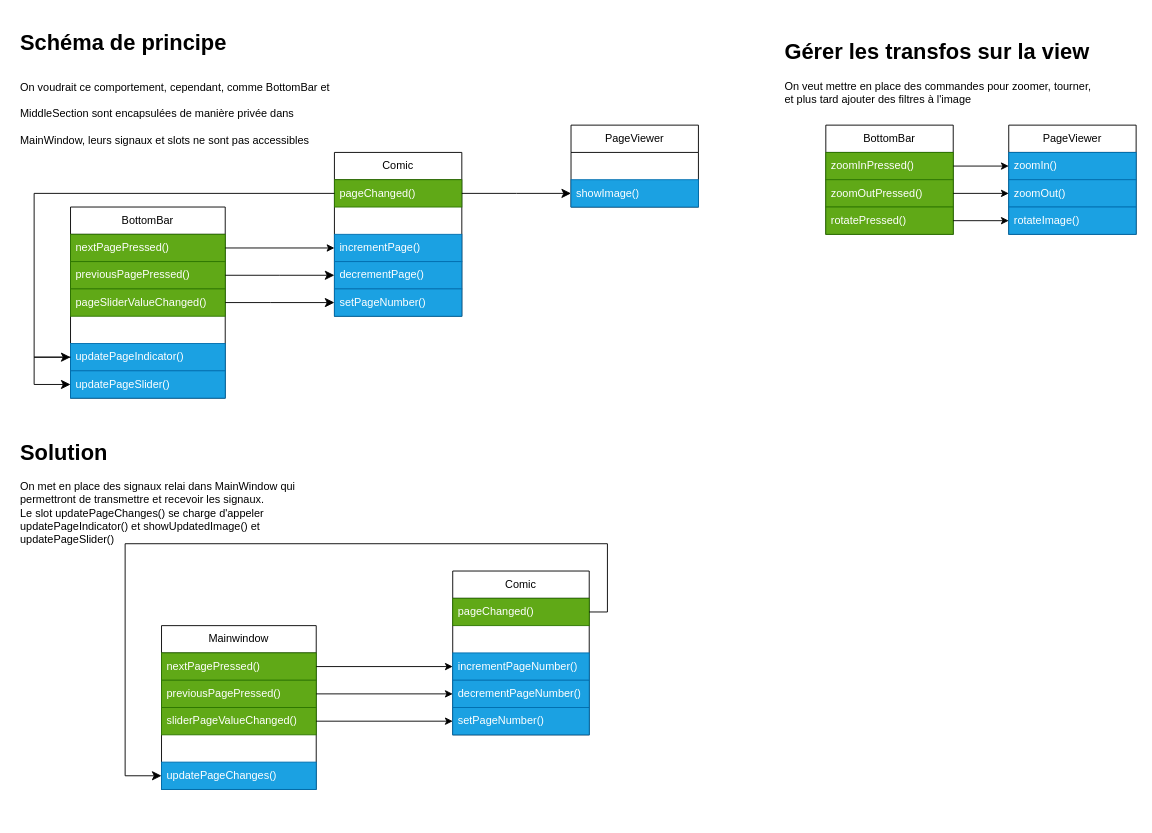
nathanchandanson/Comic_book_reader keeps this draw.io diagram as doc/design/signalsSlots_classes.drawio. Above is the earlier version. Source tidied: cells renumbered, new cells numbered last; positions are measured from the earlier drawing's top-left corner, leaving out a move shared by most shapes. Both pictures are drawn from the tidied source at 91%, with x=0, y=0 at pixel (15, 25).
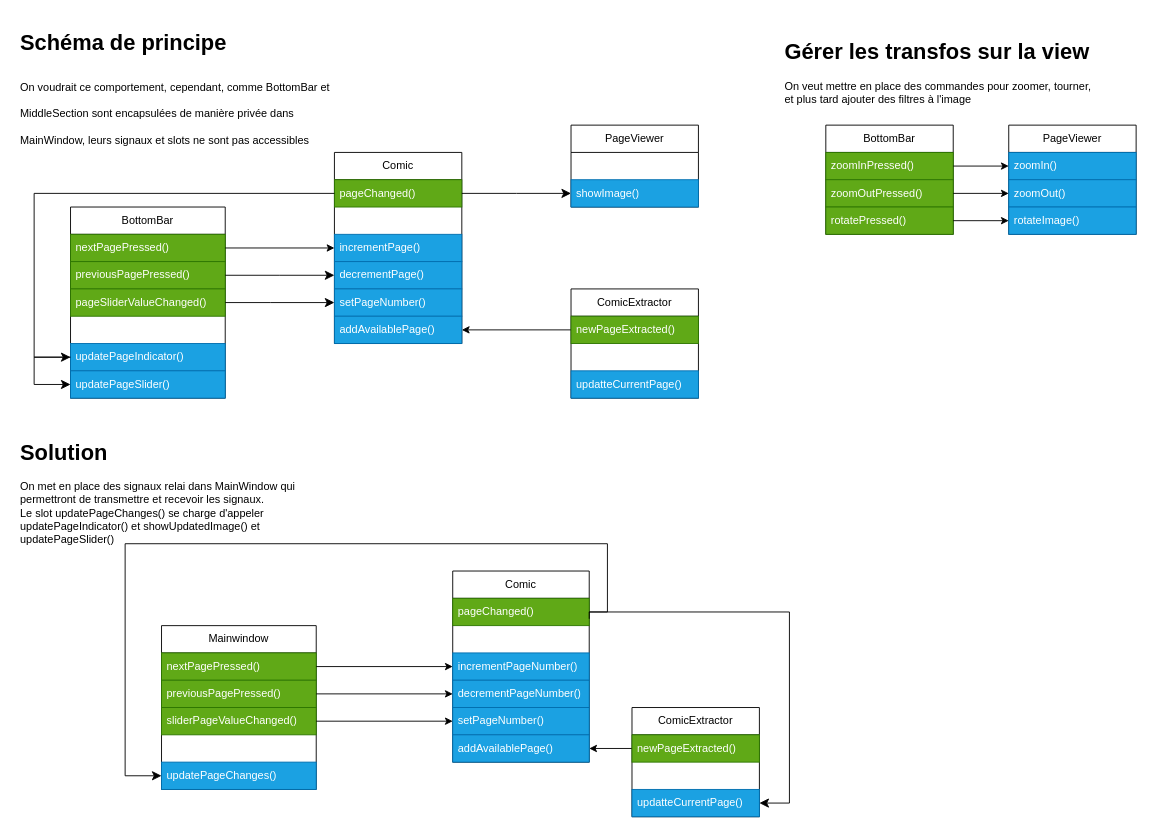
The same diagram, later.

The change refers to these unchanged cells:
```xml
<mxCell id="12" value="showImage()" style="text;strokeColor=#006EAF;fillColor=#1ba1e2;align=left;verticalAlign=middle;spacingLeft=4;spacingRight=4;overflow=hidden;points=[[0,0.5],[1,0.5]];portConstraint=eastwest;whiteSpace=wrap;html=1;fontColor=#ffffff;" parent="10" vertex="1">
  <mxGeometry y="60" width="140" height="30" as="geometry" />
</mxCell>
<mxCell id="14" value="pageChanged()" style="text;strokeColor=#2D7600;fillColor=#60a917;align=left;verticalAlign=middle;spacingLeft=4;spacingRight=4;overflow=hidden;points=[[0,0.5],[1,0.5]];portConstraint=eastwest;whiteSpace=wrap;html=1;fontColor=#ffffff;" parent="13" vertex="1">
  <mxGeometry y="30" width="140" height="30" as="geometry" />
</mxCell>
<mxCell id="30" value="pageChanged()" style="text;strokeColor=#2D7600;fillColor=#60a917;align=left;verticalAlign=middle;spacingLeft=4;spacingRight=4;overflow=hidden;points=[[0,0.5],[1,0.5]];portConstraint=eastwest;whiteSpace=wrap;html=1;fontColor=#ffffff;" parent="29" vertex="1">
  <mxGeometry y="30" width="150" height="30" as="geometry" />
</mxCell>
```

Change to the diagram source:
```diff
@@
     <mxCell id="13" value="Comic" style="swimlane;fontStyle=0;horizontal=1;startSize=30;whiteSpace=wrap;html=1;" parent="1" vertex="1">
-      <mxGeometry x="350" y="140" width="140" height="180" as="geometry" />
+      <mxGeometry x="350" y="140" width="140" height="210" as="geometry" />
     </mxCell>
@@
+    <mxCell id="54" value="addAvailablePage()" style="text;strokeColor=#006EAF;fillColor=#1ba1e2;align=left;verticalAlign=middle;spacingLeft=4;spacingRight=4;overflow=hidden;points=[[0,0.5],[1,0.5]];portConstraint=eastwest;whiteSpace=wrap;html=1;fontColor=#ffffff;" parent="13" vertex="1">
+      <mxGeometry y="180" width="140" height="30" as="geometry" />
+    </mxCell>
-    <mxCell id="19" style="edgeStyle=elbowEdgeStyle;elbow=horizontal;endArrow=classic;html=1;curved=0;rounded=0;endSize=8;startSize=8;exitX=1;exitY=0.25;exitDx=0;exitDy=0;entryX=0;entryY=0.5;entryDx=0;entryDy=0;" parent="1" edge="1" source="13" target="12">
+    <mxCell id="19" style="edgeStyle=elbowEdgeStyle;elbow=horizontal;endArrow=classic;html=1;curved=0;rounded=0;endSize=8;startSize=8;exitX=1;exitY=0.5;exitDx=0;exitDy=0;entryX=0;entryY=0.5;entryDx=0;entryDy=0;" parent="1" edge="1" source="14" target="12">
       <mxGeometry relative="1" as="geometry" />
     </mxCell>
@@
     <mxCell id="29" value="Comic" style="swimlane;fontStyle=0;horizontal=1;startSize=30;whiteSpace=wrap;html=1;" parent="1" vertex="1">
-      <mxGeometry x="480" y="600" width="150" height="180" as="geometry" />
+      <mxGeometry x="480" y="600" width="150" height="210" as="geometry" />
     </mxCell>
@@
+    <mxCell id="55" value="addAvailablePage()" style="text;strokeColor=#006EAF;fillColor=#1ba1e2;align=left;verticalAlign=middle;spacingLeft=4;spacingRight=4;overflow=hidden;points=[[0,0.5],[1,0.5]];portConstraint=eastwest;whiteSpace=wrap;html=1;fontColor=#ffffff;" parent="29" vertex="1">
+      <mxGeometry y="180" width="150" height="30" as="geometry" />
+    </mxCell>
@@
+    <mxCell id="56" style="edgeStyle=none;html=1;exitX=0;exitY=0.5;exitDx=0;exitDy=0;entryX=1;entryY=0.5;entryDx=0;entryDy=0;" parent="1" edge="1" source="58" target="54">
+      <mxGeometry relative="1" as="geometry" />
+    </mxCell>
+    <mxCell id="57" value="ComicExtractor" style="swimlane;fontStyle=0;horizontal=1;startSize=30;whiteSpace=wrap;html=1;" parent="1" vertex="1">
+      <mxGeometry x="610" y="290" width="140" height="120" as="geometry" />
+    </mxCell>
+    <mxCell id="58" value="newPageExtracted()" style="text;strokeColor=#2D7600;fillColor=#60a917;align=left;verticalAlign=middle;spacingLeft=4;spacingRight=4;overflow=hidden;points=[[0,0.5],[1,0.5]];portConstraint=eastwest;whiteSpace=wrap;html=1;fontColor=#ffffff;" parent="57" vertex="1">
+      <mxGeometry y="30" width="140" height="30" as="geometry" />
+    </mxCell>
+    <mxCell id="59" style="text;align=left;verticalAlign=middle;spacingLeft=4;spacingRight=4;overflow=hidden;whiteSpace=wrap;html=1;" parent="57" vertex="1">
+      <mxGeometry y="60" width="140" height="30" as="geometry" />
+    </mxCell>
+    <mxCell id="60" value="updatteCurrentPage()" style="text;strokeColor=#006EAF;fillColor=#1ba1e2;align=left;verticalAlign=middle;spacingLeft=4;spacingRight=4;overflow=hidden;whiteSpace=wrap;html=1;fontColor=#ffffff;" parent="57" vertex="1">
+      <mxGeometry y="90" width="140" height="30" as="geometry" />
+    </mxCell>
+    <mxCell id="61" style="edgeStyle=none;html=1;exitX=0;exitY=0.75;exitDx=0;exitDy=0;entryX=1;entryY=0.5;entryDx=0;entryDy=0;" parent="1" edge="1" target="55">
+      <mxGeometry relative="1" as="geometry">
+        <mxPoint x="677" y="795" as="sourcePoint" />
+      </mxGeometry>
+    </mxCell>
+    <mxCell id="62" value="ComicExtractor" style="swimlane;fontStyle=0;horizontal=1;startSize=30;whiteSpace=wrap;html=1;" parent="1" vertex="1">
+      <mxGeometry x="677" y="750" width="140" height="120" as="geometry" />
+    </mxCell>
+    <mxCell id="63" value="newPageExtracted()" style="text;strokeColor=#2D7600;fillColor=#60a917;align=left;verticalAlign=middle;spacingLeft=4;spacingRight=4;overflow=hidden;whiteSpace=wrap;html=1;fontColor=#ffffff;" parent="62" vertex="1">
+      <mxGeometry y="30" width="140" height="30" as="geometry" />
+    </mxCell>
+    <mxCell id="64" style="text;align=left;verticalAlign=middle;spacingLeft=4;spacingRight=4;overflow=hidden;whiteSpace=wrap;html=1;" parent="62" vertex="1">
+      <mxGeometry y="60" width="140" height="30" as="geometry" />
+    </mxCell>
+    <mxCell id="65" value="updatteCurrentPage()" style="text;strokeColor=#006EAF;fillColor=#1ba1e2;align=left;verticalAlign=middle;spacingLeft=4;spacingRight=4;overflow=hidden;points=[[0,0.5],[1,0.5]];portConstraint=eastwest;whiteSpace=wrap;html=1;fontColor=#ffffff;" parent="62" vertex="1">
+      <mxGeometry y="90" width="140" height="30" as="geometry" />
+    </mxCell>
+    <mxCell id="66" style="edgeStyle=segmentEdgeStyle;endArrow=classic;html=1;curved=0;rounded=0;endSize=8;startSize=8;exitX=1;exitY=0.5;exitDx=0;exitDy=0;entryX=1;entryY=0.5;entryDx=0;entryDy=0;" parent="1" edge="1" source="30" target="65">
+      <mxGeometry relative="1" as="geometry">
+        <Array as="points">
+          <mxPoint x="850" y="645" />
+          <mxPoint x="850" y="855" />
+        </Array>
+      </mxGeometry>
+    </mxCell>
```
